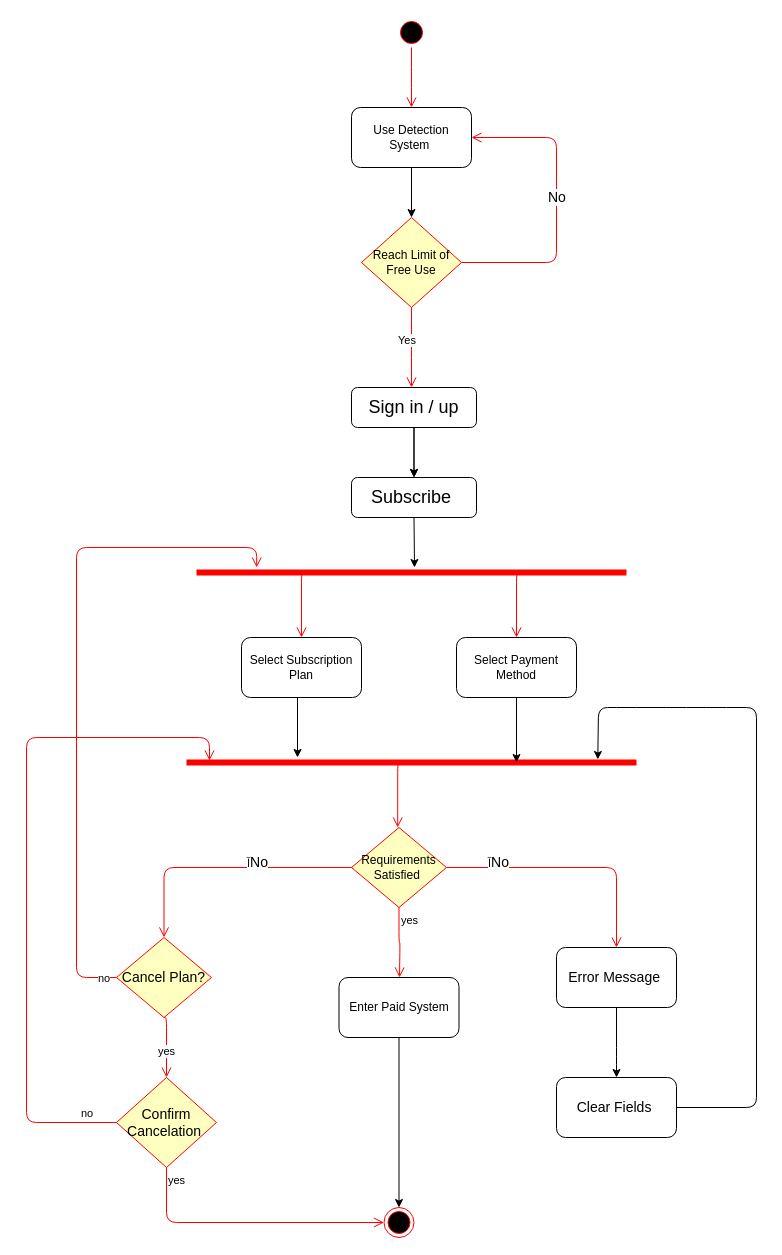
The draw.io diagram Tasks/Reham/Activity Diagram/4 Subscription.drawio in romanyn36/Catch-The-AI, before the edit. Source tidied: cells renumbered, new cells numbered last; positions are measured from the earlier drawing's top-left corner, leaving out a move shared by most shapes. Both pictures are drawn from the tidied source at 100%, with x=0, y=0 at pixel (26, 17).
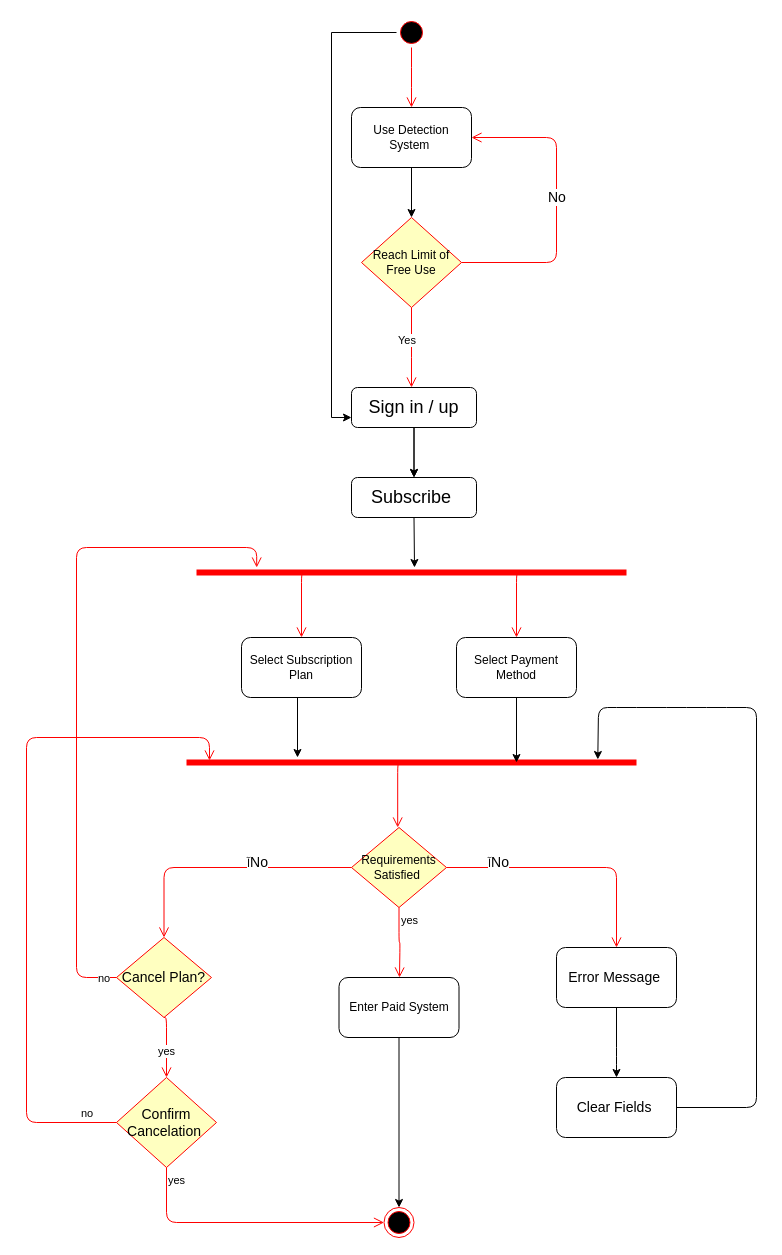
The same page after the edit.

The change refers to these unchanged cells:
```xml
<mxCell id="2" style="ellipse;html=1;shape=startState;fillColor=#000000;strokeColor=#ff0000;" parent="1" vertex="1">
  <mxGeometry x="370" width="30" height="30" as="geometry" />
</mxCell>
<mxCell id="10" value="&lt;font style=&quot;font-size: 18px&quot;&gt;Sign in / up&lt;/font&gt;" style="rounded=1;whiteSpace=wrap;html=1;" parent="1" vertex="1">
  <mxGeometry x="325" y="370" width="125" height="40" as="geometry" />
</mxCell>
```

Change to the diagram source:
```diff
@@
+    <mxCell id="40" style="edgeStyle=orthogonalEdgeStyle;rounded=0;jettySize=auto;html=1;entryX=0;entryY=0.75;entryDx=0;entryDy=0;" parent="1" edge="1" source="2" target="10">
+      <mxGeometry relative="1" as="geometry">
+        <Array as="points">
+          <mxPoint x="305" y="15" />
+          <mxPoint x="305" y="400" />
+        </Array>
+      </mxGeometry>
+    </mxCell>
```
